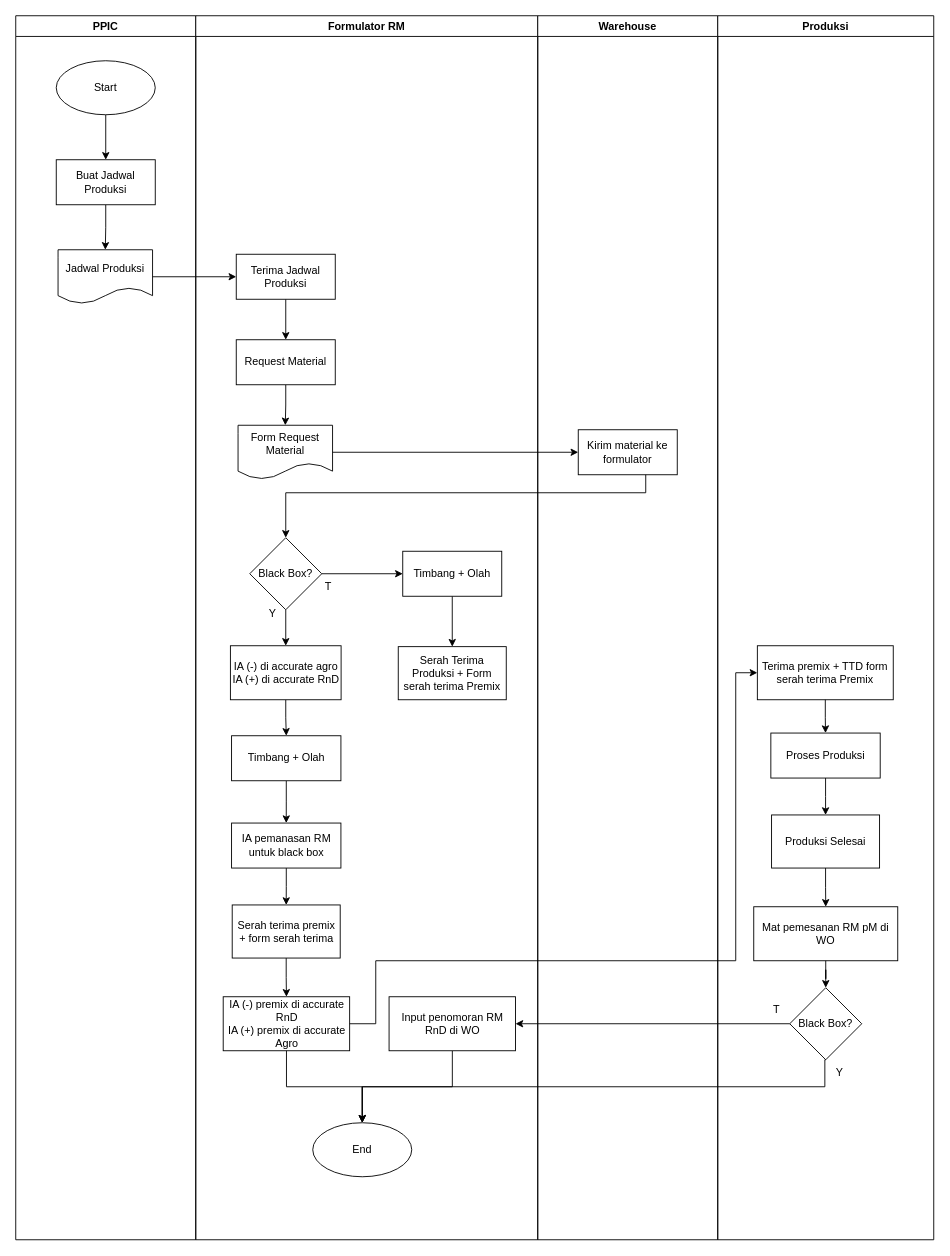
Above: page "SOP R&D - Prepare Formula / Black Box" (18 of 28) of SOP Agro.drawio in wilhelmus098/pf (draw.io), before the change. Source tidied: cells renumbered, new cells numbered last; positions are measured from the earlier drawing's top-left corner, leaving out a move shared by most shapes. Both pictures are drawn from the tidied source at 90%, with x=0, y=0 at pixel (15, 15).
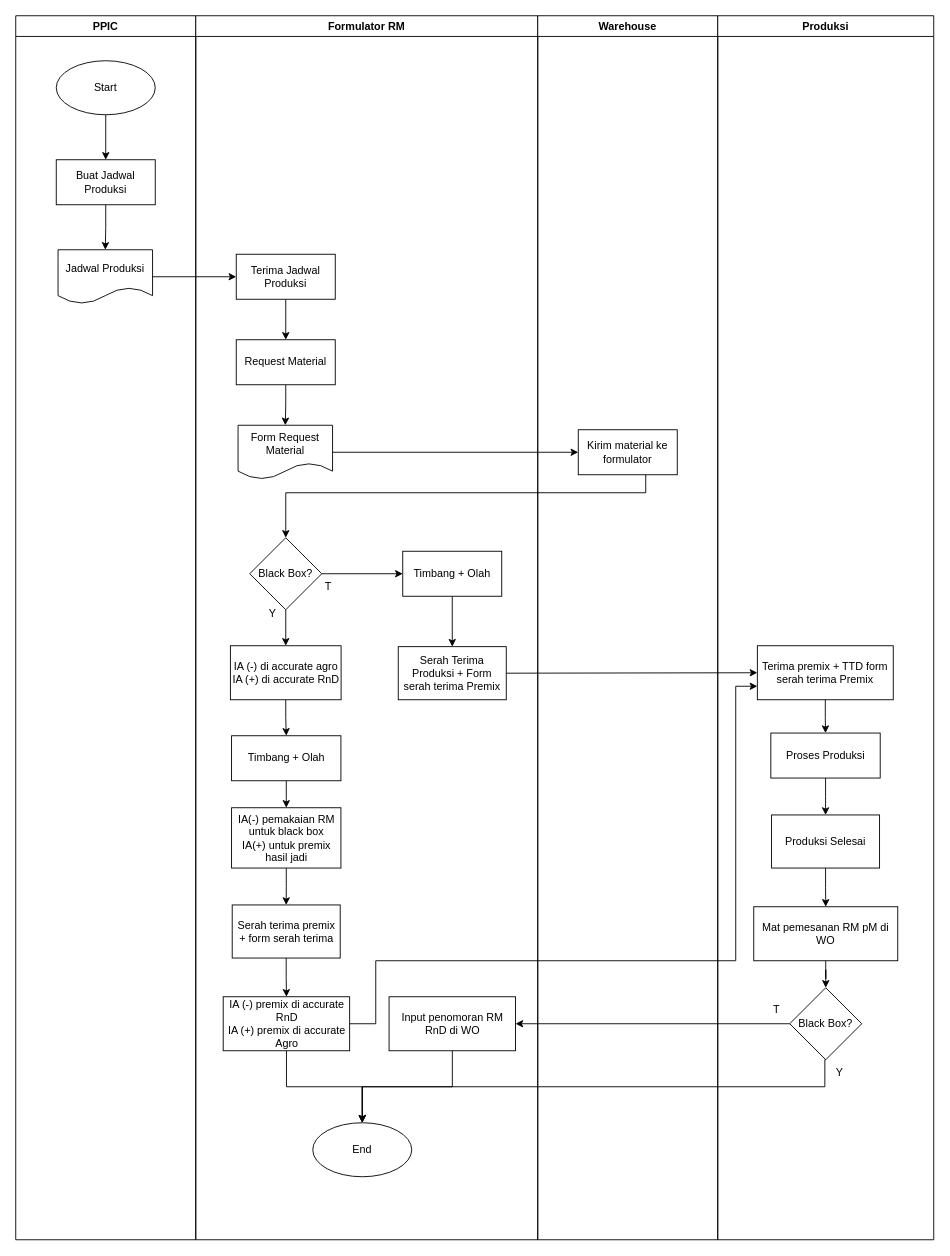
After the change.

Unchanged cells that the change refers to:
```xml
<mxCell id="8" value="Formulator RM" style="swimlane;whiteSpace=wrap;html=1;startSize=23;" parent="1" vertex="1">
  <mxGeometry x="200" width="380" height="1360" as="geometry" />
</mxCell>
<mxCell id="24" value="Serah Terima Produksi + Form serah terima Premix" style="rounded=0;whiteSpace=wrap;html=1;" parent="8" vertex="1">
  <mxGeometry x="225" y="701" width="120" height="59" as="geometry" />
</mxCell>
<mxCell id="29" value="IA (-) premix di accurate RnD&lt;br&gt;IA (+) premix di accurate Agro" style="rounded=0;whiteSpace=wrap;html=1;" parent="8" vertex="1">
  <mxGeometry x="30.5" y="1090" width="140.5" height="60" as="geometry" />
</mxCell>
<mxCell id="38" value="Terima premix + TTD form serah terima Premix" style="rounded=0;whiteSpace=wrap;html=1;" parent="37" vertex="1">
  <mxGeometry x="44" y="700" width="151" height="60" as="geometry" />
</mxCell>
```

The edit, as a diff of the source:
```diff
@@
-    <mxCell id="26" value="IA pemanasan RM untuk black box" style="rounded=0;whiteSpace=wrap;html=1;" parent="8" vertex="1">
-      <mxGeometry x="39.8" y="897" width="121.5" height="50" as="geometry" />
+    <mxCell id="26" value="IA(-) pemakaian RM untuk black box&lt;br&gt;IA(+) untuk premix hasil jadi" style="rounded=0;whiteSpace=wrap;html=1;" parent="8" vertex="1">
+      <mxGeometry x="39.8" y="880" width="121.5" height="67" as="geometry" />
     </mxCell>
@@
-    <mxCell id="54" style="edgeStyle=orthogonalEdgeStyle;rounded=0;jettySize=auto;html=1;entryX=0;entryY=0.5;entryDx=0;entryDy=0;" parent="1" edge="1" source="29" target="38">
+    <mxCell id="54" style="edgeStyle=orthogonalEdgeStyle;rounded=0;jettySize=auto;html=1;entryX=0;entryY=0.75;entryDx=0;entryDy=0;" parent="1" edge="1" source="29" target="38">
       <mxGeometry relative="1" as="geometry">
         <Array as="points">
           <mxPoint x="400" y="1120" />
           <mxPoint x="400" y="1050" />
           <mxPoint x="800" y="1050" />
-          <mxPoint x="800" y="730" />
+          <mxPoint x="800" y="745" />
         </Array>
       </mxGeometry>
     </mxCell>
+    <mxCell id="55" style="endArrow=classic;html=1;rounded=0;exitX=1;exitY=0.5;exitDx=0;exitDy=0;entryX=0;entryY=0.5;entryDx=0;entryDy=0;" parent="1" edge="1" source="24" target="38">
+      <mxGeometry relative="1" as="geometry" />
+    </mxCell>
```
